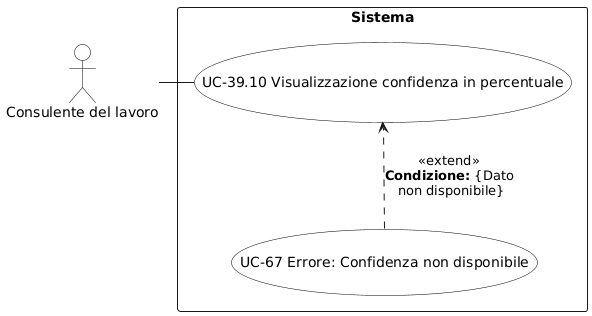
Before: RTB/Analisi dei Requisiti/diagrammi_use_case/UC-39.10.png, a diagram exported from PlantUML (aLittleByte-19/Documentazione).
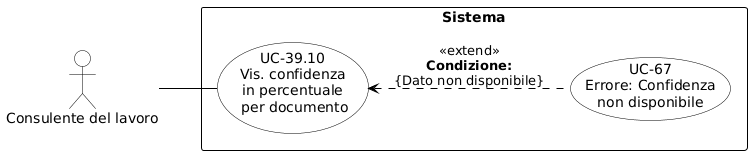
The same diagram one commit later.

What changed in the source:
```diff
@@ -1,25 +1,32 @@
 @startuml
-skinparam backgroundColor white
+skinparam shadowing false
+skinparam defaultFontName Arial
+left to right direction
+skinparam nodesep 15
+skinparam ranksep 50
+
+skinparam usecase {
+    BackgroundColor white
+    BorderColor black
+    ArrowColor black
+}
 skinparam actor {
-  BackgroundColor white
-  BorderColor black
-  FontColor black
+    BackgroundColor white
+    BorderColor black
 }
-skinparam usecase {
-  BackgroundColor white
-  BorderColor black
-  FontColor black
+skinparam rectangle {
+    BorderColor black
+    FontStyle bold
 }
-actor "Consulente del lavoro" as C
+
+actor "Consulente del lavoro" as CL
 
 rectangle "Sistema" {
-  (UC-39.10 Visualizzazione confidenza in percentuale) as UC3910
-  (UC-67 Errore: Confidenza non disponibile) as UC67
+    usecase "UC-39.10\nVis. confidenza\nin percentuale\n per documento" as UC39_10
+    usecase "UC-67\nErrore: Confidenza\nnon disponibile" as UC67
 
-  UC3910 -[hidden]down- UC67
-
-  UC67 ..> UC3910 : <<extend>>\n**Condizione:** {Dato\n non disponibile}
+    UC39_10 <.. UC67 : <<extend>>\n**Condizione:**\n{Dato non disponibile}
 }
 
-C - UC3910
+CL -- UC39_10
 @enduml
```
